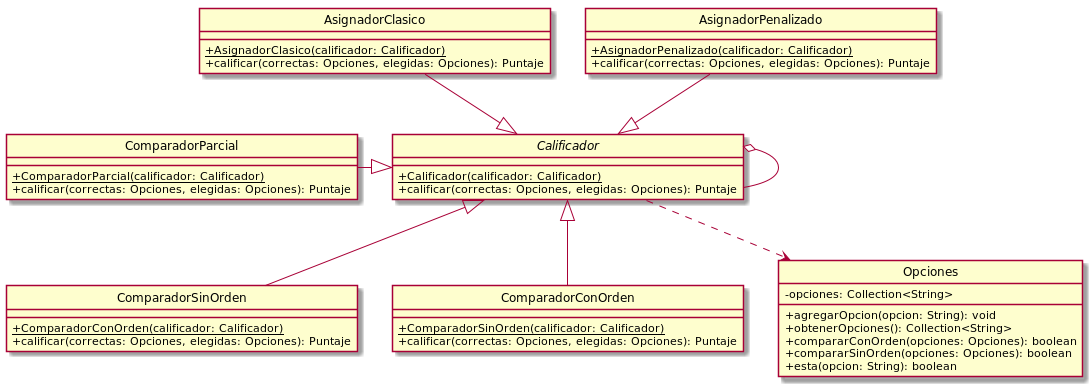
The PlantUML diagram src/main/java/edu/fiuba/algo3/Diagramas/png/DC/Calificador.png in Alex1161/TP2, before a commit. The source it was exported from:
```plantuml
@startuml
hide circle
skinparam classAttributeIconSize 0

Abstract Calificador{
    +{static}Calificador(calificador: Calificador)
    +calificar(correctas: Opciones, elegidas: Opciones): Puntaje
}

Class ComparadorSinOrden{
    +{static}ComparadorConOrden(calificador: Calificador)
    +calificar(correctas: Opciones, elegidas: Opciones): Puntaje
}

Class ComparadorConOrden{
    +{static}ComparadorSinOrden(calificador: Calificador)
    +calificar(correctas: Opciones, elegidas: Opciones): Puntaje
}

Class ComparadorParcial{
    +{static}ComparadorParcial(calificador: Calificador)
    +calificar(correctas: Opciones, elegidas: Opciones): Puntaje
}

Class AsignadorClasico{
    +{static}AsignadorClasico(calificador: Calificador)
    +calificar(correctas: Opciones, elegidas: Opciones): Puntaje
}

Class AsignadorPenalizado{
    +{static}AsignadorPenalizado(calificador: Calificador)
    +calificar(correctas: Opciones, elegidas: Opciones): Puntaje
}

Class Opciones{
    -opciones: Collection<String>
    +agregarOpcion(opcion: String): void
    +obtenerOpciones(): Collection<String>
    +compararConOrden(opciones: Opciones): boolean
    +compararSinOrden(opciones: Opciones): boolean
    +esta(opcion: String): boolean
}

Calificador ..> Opciones
Calificador o-- Calificador
ComparadorConOrden -up-|> Calificador
ComparadorSinOrden -up-|> Calificador
ComparadorParcial -right-|> Calificador
AsignadorClasico --|> Calificador
AsignadorPenalizado --|> Calificador

@enduml
```
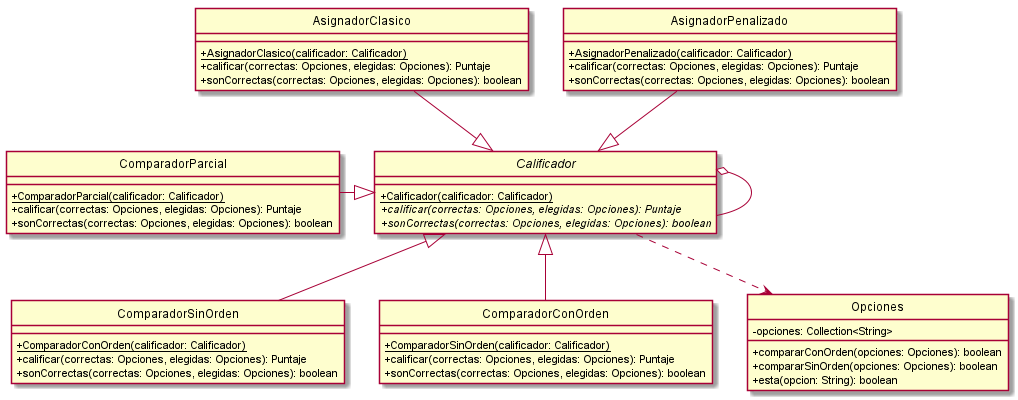
After the change.

Diff of the diagram source:
```diff
@@ -4,38 +4,42 @@
 
 Abstract Calificador{
     +{static}Calificador(calificador: Calificador)
-    +calificar(correctas: Opciones, elegidas: Opciones): Puntaje
+    +{abstract}calificar(correctas: Opciones, elegidas: Opciones): Puntaje
+    +{abstract}sonCorrectas(correctas: Opciones, elegidas: Opciones): boolean
 }
 
 Class ComparadorSinOrden{
     +{static}ComparadorConOrden(calificador: Calificador)
     +calificar(correctas: Opciones, elegidas: Opciones): Puntaje
+    +sonCorrectas(correctas: Opciones, elegidas: Opciones): boolean
 }
 
 Class ComparadorConOrden{
     +{static}ComparadorSinOrden(calificador: Calificador)
     +calificar(correctas: Opciones, elegidas: Opciones): Puntaje
+    +sonCorrectas(correctas: Opciones, elegidas: Opciones): boolean
 }
 
 Class ComparadorParcial{
     +{static}ComparadorParcial(calificador: Calificador)
     +calificar(correctas: Opciones, elegidas: Opciones): Puntaje
+    +sonCorrectas(correctas: Opciones, elegidas: Opciones): boolean
 }
 
 Class AsignadorClasico{
     +{static}AsignadorClasico(calificador: Calificador)
     +calificar(correctas: Opciones, elegidas: Opciones): Puntaje
+    +sonCorrectas(correctas: Opciones, elegidas: Opciones): boolean
 }
 
 Class AsignadorPenalizado{
     +{static}AsignadorPenalizado(calificador: Calificador)
     +calificar(correctas: Opciones, elegidas: Opciones): Puntaje
+    +sonCorrectas(correctas: Opciones, elegidas: Opciones): boolean
 }
 
 Class Opciones{
     -opciones: Collection<String>
-    +agregarOpcion(opcion: String): void
-    +obtenerOpciones(): Collection<String>
     +compararConOrden(opciones: Opciones): boolean
     +compararSinOrden(opciones: Opciones): boolean
     +esta(opcion: String): boolean
```
